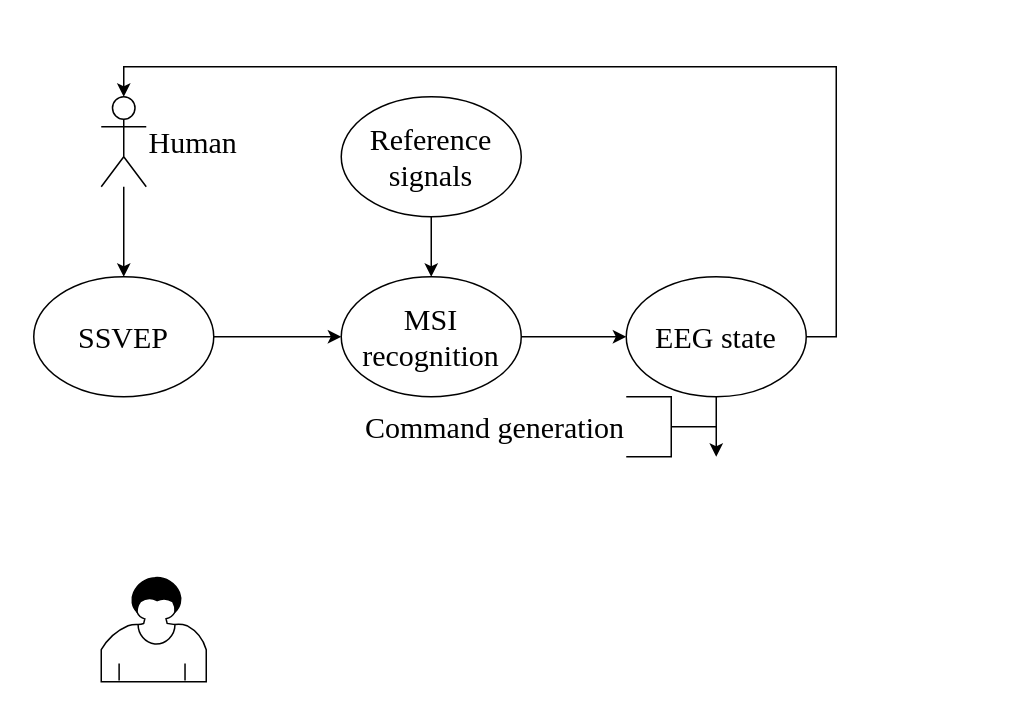
Earlier version of the draw.io diagram Use of MSI to allocate SSVEP in human-robot interaction.drawio (lenferer/draw.io). Source tidied: cells renumbered, new cells numbered last; positions are measured from the earlier drawing's top-left corner, leaving out a move shared by most shapes. Both pictures are drawn from the tidied source at 150%, with x=0, y=0 at pixel (33, 66).
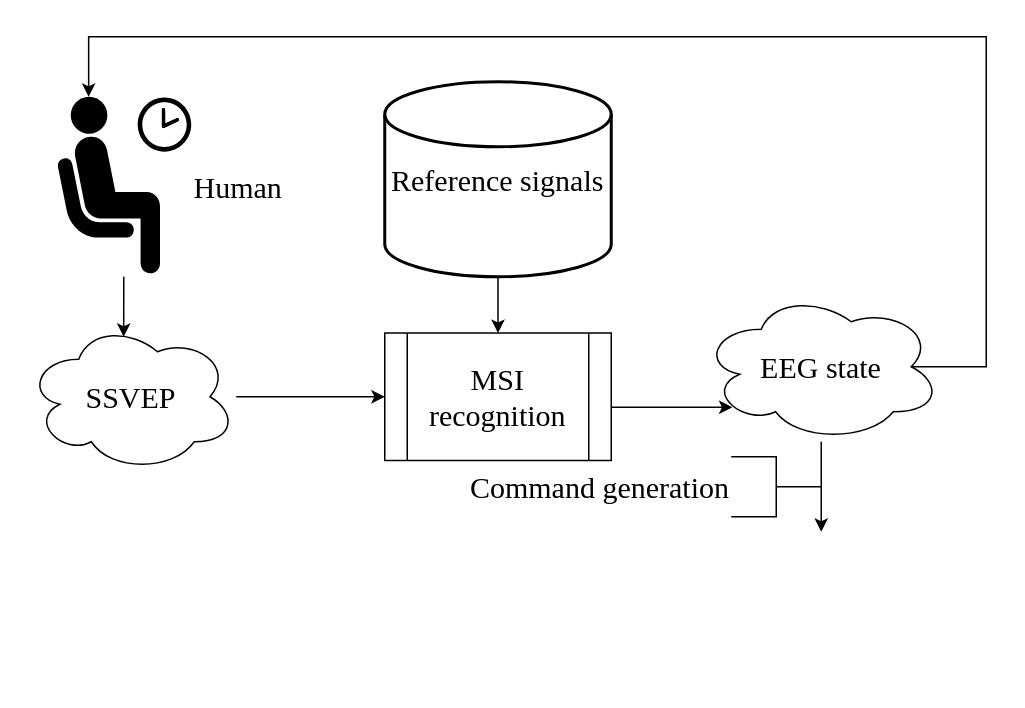
The same page after the edit.

Diff of the diagram source:
```diff
@@
 <mxGraphModel>
   <root>
     <mxCell id="0" />
     <mxCell id="1" parent="0" />
-    <mxCell id="2" style="edgeStyle=orthogonalEdgeStyle;rounded=0;jettySize=auto;html=1;fontFamily=Times New Roman;fontSize=20;" parent="1" edge="1" source="3" target="5">
+    <mxCell id="2" style="edgeStyle=orthogonalEdgeStyle;rounded=0;jettySize=auto;html=1;entryX=0.464;entryY=0.1;entryDx=0;entryDy=0;entryPerimeter=0;fontFamily=Times New Roman;fontSize=20;" parent="1" edge="1" source="3" target="5">
       <mxGeometry relative="1" as="geometry" />
     </mxCell>
-    <mxCell id="3" value="&lt;div style=&quot;font-size: 20px;&quot;&gt;Human&lt;/div&gt;" style="shape=umlActor;verticalLabelPosition=middle;verticalAlign=middle;html=1;outlineConnect=0;fontFamily=Times New Roman;fontSize=20;labelPosition=right;align=left;" parent="1" vertex="1">
-      <mxGeometry x="45" y="20" width="30" height="60" as="geometry" />
+    <mxCell id="3" value="Human" style="shape=mxgraph.signs.people.waiting_room_1;html=1;fillColor=#000000;strokeColor=none;verticalLabelPosition=middle;verticalAlign=middle;align=left;labelPosition=right;fontFamily=Times New Roman;fontSize=20;" parent="1" vertex="1">
+      <mxGeometry x="15" y="20" width="90" height="120" as="geometry" />
     </mxCell>
     <mxCell id="4" style="edgeStyle=orthogonalEdgeStyle;rounded=0;jettySize=auto;html=1;entryX=0;entryY=0.5;entryDx=0;entryDy=0;fontFamily=Times New Roman;fontSize=20;" parent="1" edge="1" source="5" target="7">
       <mxGeometry relative="1" as="geometry" />
     </mxCell>
-    <mxCell id="5" value="SSVEP" style="ellipse;whiteSpace=wrap;html=1;fontFamily=Times New Roman;fontSize=20;" parent="1" vertex="1">
-      <mxGeometry y="140" width="120" height="80" as="geometry" />
+    <mxCell id="5" value="SSVEP" style="ellipse;shape=cloud;whiteSpace=wrap;html=1;fontFamily=Times New Roman;fontSize=20;" parent="1" vertex="1">
+      <mxGeometry x="-5" y="170" width="140" height="100" as="geometry" />
     </mxCell>
+    <mxCell id="8" style="edgeStyle=orthogonalEdgeStyle;rounded=0;jettySize=auto;html=1;entryX=0.5;entryY=0;entryDx=0;entryDy=0;fontFamily=Times New Roman;fontSize=20;" parent="1" edge="1" source="9" target="7">
+      <mxGeometry relative="1" as="geometry" />
+    </mxCell>
+    <mxCell id="9" value="&lt;span class=&quot;tlid-translation translation&quot; style=&quot;font-size: 20px&quot; lang=&quot;en&quot;&gt;&lt;span title=&quot;&quot; class=&quot;&quot; style=&quot;font-size: 20px&quot;&gt;Reference signals&lt;/span&gt;&lt;/span&gt;" style="strokeWidth=2;html=1;shape=mxgraph.flowchart.database;whiteSpace=wrap;fontFamily=Times New Roman;fontSize=20;" parent="1" vertex="1">
+      <mxGeometry x="234" y="10" width="151" height="130" as="geometry" />
+    </mxCell>
-    <mxCell id="6" style="edgeStyle=orthogonalEdgeStyle;rounded=0;jettySize=auto;html=1;entryX=0;entryY=0.5;entryDx=0;entryDy=0;fontFamily=Times New Roman;fontSize=20;" parent="1" edge="1" source="7" target="12">
+    <mxCell id="6" style="edgeStyle=orthogonalEdgeStyle;rounded=0;jettySize=auto;html=1;entryX=0.13;entryY=0.77;entryDx=0;entryDy=0;entryPerimeter=0;exitX=0.992;exitY=0.582;exitDx=0;exitDy=0;exitPerimeter=0;fontFamily=Times New Roman;fontSize=20;" parent="1" edge="1" source="7" target="12">
       <mxGeometry relative="1" as="geometry" />
     </mxCell>
-    <mxCell id="7" value="MSI recognition" style="ellipse;whiteSpace=wrap;html=1;fontFamily=Times New Roman;fontSize=20;" parent="1" vertex="1">
-      <mxGeometry x="205" y="140" width="120" height="80" as="geometry" />
+    <mxCell id="7" value="&lt;div style=&quot;font-size: 20px;&quot;&gt;MSI&lt;/div&gt;&lt;div style=&quot;font-size: 20px;&quot;&gt;recognition&lt;/div&gt;" style="shape=process;whiteSpace=wrap;html=1;backgroundOutline=1;fontFamily=Times New Roman;fontSize=20;" parent="1" vertex="1">
+      <mxGeometry x="234" y="177.5" width="151" height="85" as="geometry" />
     </mxCell>
-    <mxCell id="8" style="edgeStyle=orthogonalEdgeStyle;rounded=0;jettySize=auto;html=1;entryX=0.5;entryY=0;entryDx=0;entryDy=0;fontFamily=Times New Roman;fontSize=20;" parent="1" edge="1" source="9" target="7">
-      <mxGeometry relative="1" as="geometry" />
-    </mxCell>
-    <mxCell id="9" value="&lt;span class=&quot;tlid-translation translation&quot; style=&quot;font-size: 20px;&quot; lang=&quot;en&quot;&gt;&lt;span title=&quot;&quot; class=&quot;&quot; style=&quot;font-size: 20px;&quot;&gt;Reference signals&lt;/span&gt;&lt;/span&gt;" style="ellipse;whiteSpace=wrap;html=1;fontFamily=Times New Roman;fontSize=20;" parent="1" vertex="1">
-      <mxGeometry x="205" y="20" width="120" height="80" as="geometry" />
-    </mxCell>
-    <mxCell id="10" style="edgeStyle=orthogonalEdgeStyle;rounded=0;jettySize=auto;html=1;entryX=0.5;entryY=0;entryDx=0;entryDy=0;entryPerimeter=0;fontFamily=Times New Roman;fontSize=20;" parent="1" edge="1" source="12" target="3">
+    <mxCell id="10" style="edgeStyle=orthogonalEdgeStyle;rounded=0;jettySize=auto;html=1;entryX=0.24;entryY=0;entryDx=0;entryDy=0;entryPerimeter=0;exitX=0.875;exitY=0.5;exitDx=0;exitDy=0;exitPerimeter=0;fontFamily=Times New Roman;fontSize=20;" parent="1" edge="1" source="12" target="3">
       <mxGeometry relative="1" as="geometry">
         <Array as="points">
-          <mxPoint x="535" y="180" />
-          <mxPoint x="535" />
-          <mxPoint x="60" />
+          <mxPoint x="635" y="200" />
+          <mxPoint x="635" y="-20" />
+          <mxPoint x="37" y="-20" />
         </Array>
       </mxGeometry>
     </mxCell>
-    <mxCell id="11" style="edgeStyle=orthogonalEdgeStyle;rounded=0;jettySize=auto;html=1;fontFamily=Times New Roman;fontSize=20;exitX=0.5;exitY=1;exitDx=0;exitDy=0;" parent="1" edge="1" source="12">
-      <mxGeometry relative="1" as="geometry">
-        <mxPoint x="455" y="260" as="targetPoint" />
-        <Array as="points">
-          <mxPoint x="455" y="260" />
-          <mxPoint x="455" y="260" />
-        </Array>
-      </mxGeometry>
-    </mxCell>
+    <mxCell id="15" style="edgeStyle=orthogonalEdgeStyle;rounded=0;jettySize=auto;html=1;fontFamily=Times New Roman;fontSize=20;" parent="1" edge="1" source="12">
+      <mxGeometry relative="1" as="geometry">
+        <mxPoint x="525" y="310" as="targetPoint" />
+      </mxGeometry>
+    </mxCell>
-    <mxCell id="12" value="&lt;span class=&quot;tlid-translation translation&quot; style=&quot;font-size: 20px;&quot; lang=&quot;en&quot;&gt;&lt;span title=&quot;&quot; class=&quot;&quot; style=&quot;font-size: 20px;&quot;&gt;EEG state&lt;/span&gt;&lt;/span&gt;" style="ellipse;whiteSpace=wrap;html=1;fontFamily=Times New Roman;fontSize=20;" parent="1" vertex="1">
-      <mxGeometry x="395" y="140" width="120" height="80" as="geometry" />
+    <mxCell id="12" value="EEG state" style="ellipse;shape=cloud;whiteSpace=wrap;html=1;fontFamily=Times New Roman;fontSize=20;" parent="1" vertex="1">
+      <mxGeometry x="445" y="150" width="160" height="100" as="geometry" />
     </mxCell>
     <mxCell id="13" value="Command generation" style="strokeWidth=1;shape=mxgraph.flowchart.annotation_2;align=right;labelPosition=left;fontFamily=Times New Roman;fontSize=20;direction=west;spacing=2;verticalLabelPosition=middle;verticalAlign=middle;labelBackgroundColor=none;labelBorderColor=none;html=1;" parent="1" vertex="1">
-      <mxGeometry x="395" y="220" width="60" height="40" as="geometry" />
+      <mxGeometry x="465" y="260" width="60" height="40" as="geometry" />
     </mxCell>
-    <mxCell id="14" style="shape=mxgraph.bpmn.user_task;html=1;" parent="1" vertex="1">
-      <mxGeometry x="45" y="340" width="70" height="70" as="geometry" />
-    </mxCell>
   </root>
 </mxGraphModel>
```
